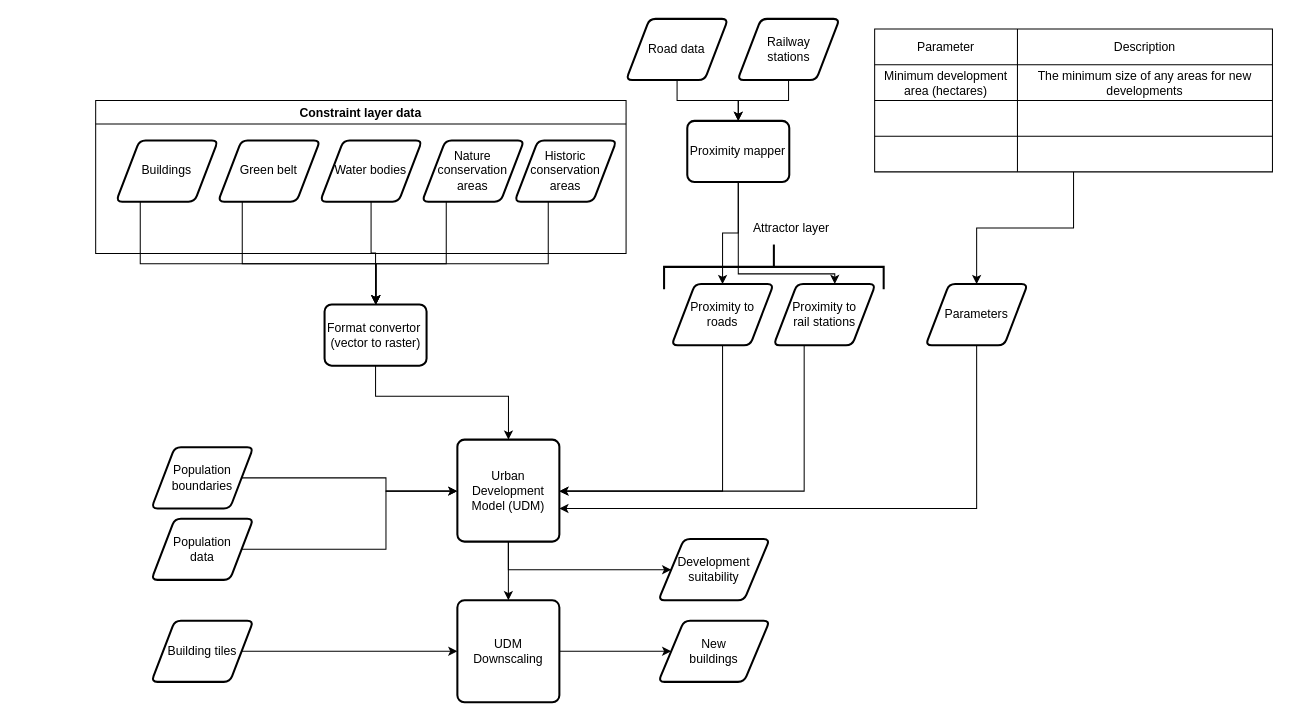
This is page "Page-2" (2 of 2) of udm/openclim-udm-workflow.drawio from OpenCLIM/workflow-diagrams, a draw.io file, before an edit. Source tidied: cells renumbered, new cells numbered last; positions are measured from the earlier drawing's top-left corner, leaving out a move shared by most shapes. Both pictures are drawn from the tidied source at 102%, with x=0, y=0 at pixel (95, 18).
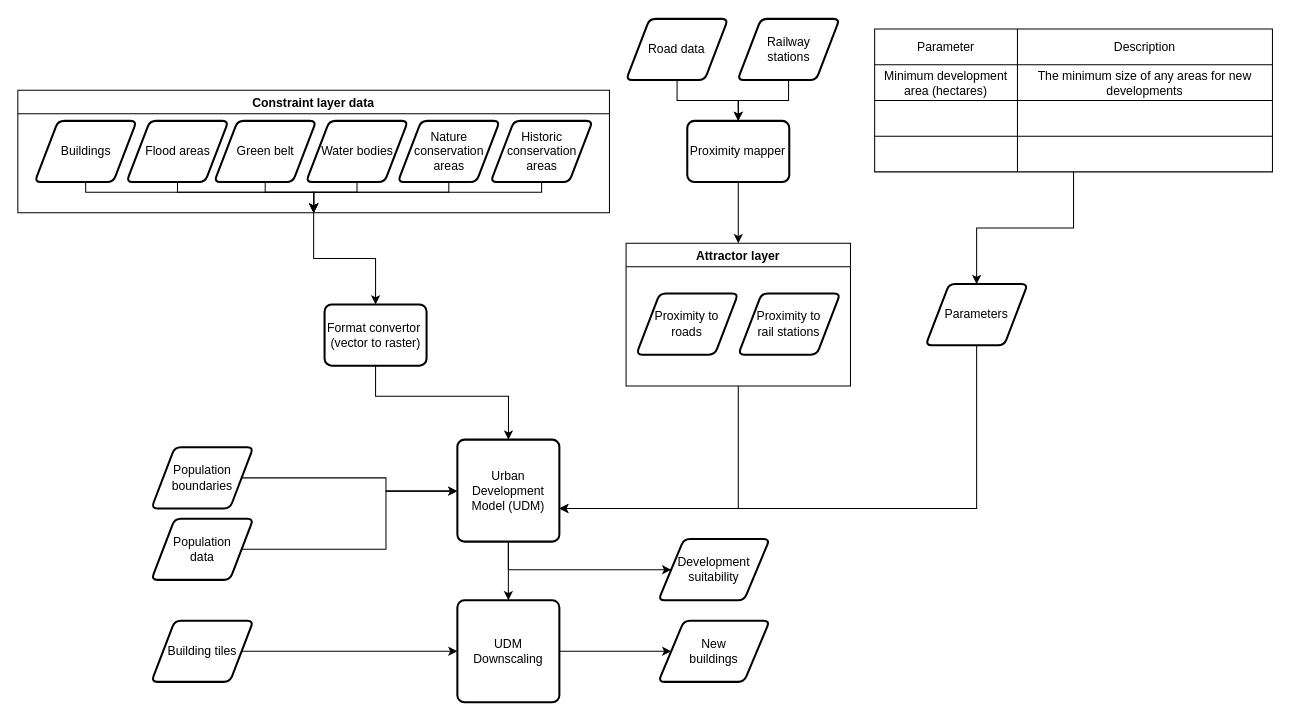
Above is the later version.

Unchanged cells that the change refers to:
```xml
<mxCell id="9" value="Urban Development Model (UDM)" style="rounded=1;whiteSpace=wrap;html=1;absoluteArcSize=1;arcSize=14;strokeWidth=2;" parent="1" vertex="1">
  <mxGeometry x="354.9" y="412.5" width="100" height="100" as="geometry" />
</mxCell>
<mxCell id="32" value="Proximity mapper" style="rounded=1;whiteSpace=wrap;html=1;absoluteArcSize=1;arcSize=14;strokeWidth=2;" parent="1" vertex="1">
  <mxGeometry x="580.3" y="100" width="100" height="60" as="geometry" />
</mxCell>
<mxCell id="51" value="Format convertor&amp;nbsp; (vector to raster)" style="rounded=1;whiteSpace=wrap;html=1;absoluteArcSize=1;arcSize=14;strokeWidth=2;" parent="1" vertex="1">
  <mxGeometry x="224.7" y="280" width="100" height="60" as="geometry" />
</mxCell>
```

Change to the diagram source:
```diff
@@
-    <mxCell id="2" style="edgeStyle=orthogonalEdgeStyle;rounded=0;jettySize=auto;html=1;" parent="1" edge="1" source="53" target="51">
-      <mxGeometry relative="1" as="geometry">
-        <Array as="points">
-          <mxPoint x="44" y="240" />
-          <mxPoint x="275" y="240" />
-        </Array>
-      </mxGeometry>
-    </mxCell>
-    <mxCell id="3" style="edgeStyle=orthogonalEdgeStyle;rounded=0;jettySize=auto;html=1;" parent="1" edge="1" source="54" target="51">
-      <mxGeometry relative="1" as="geometry">
-        <Array as="points">
-          <mxPoint x="144" y="240" />
-          <mxPoint x="275" y="240" />
-        </Array>
-      </mxGeometry>
-    </mxCell>
-    <mxCell id="4" style="edgeStyle=orthogonalEdgeStyle;rounded=0;jettySize=auto;html=1;" parent="1" edge="1" source="55" target="51">
-      <mxGeometry relative="1" as="geometry" />
-    </mxCell>
-    <mxCell id="5" style="edgeStyle=orthogonalEdgeStyle;rounded=0;jettySize=auto;html=1;" parent="1" edge="1" source="56" target="51">
-      <mxGeometry relative="1" as="geometry">
-        <Array as="points">
-          <mxPoint x="344" y="240" />
-          <mxPoint x="275" y="240" />
-        </Array>
-      </mxGeometry>
-    </mxCell>
-    <mxCell id="6" style="edgeStyle=orthogonalEdgeStyle;rounded=0;jettySize=auto;html=1;" parent="1" edge="1" source="57" target="51">
-      <mxGeometry relative="1" as="geometry">
-        <Array as="points">
-          <mxPoint x="444" y="240" />
-          <mxPoint x="275" y="240" />
-        </Array>
-      </mxGeometry>
-    </mxCell>
@@
-    <mxCell id="10" style="edgeStyle=orthogonalEdgeStyle;rounded=0;jettySize=auto;html=1;" parent="1" edge="1" source="11" target="9">
-      <mxGeometry relative="1" as="geometry">
-        <Array as="points">
-          <mxPoint x="614.9" y="463" />
-        </Array>
-      </mxGeometry>
-    </mxCell>
-    <mxCell id="11" value="&lt;div&gt;Proximity to&lt;/div&gt;&lt;div&gt; roads&lt;/div&gt;" style="shape=parallelogram;html=1;strokeWidth=2;perimeter=parallelogramPerimeter;whiteSpace=wrap;rounded=1;arcSize=12;size=0.23;" parent="1" vertex="1">
-      <mxGeometry x="564.9" y="260" width="100" height="60" as="geometry" />
-    </mxCell>
-    <mxCell id="12" style="edgeStyle=orthogonalEdgeStyle;rounded=0;jettySize=auto;html=1;" parent="1" edge="1" source="13" target="9">
-      <mxGeometry relative="1" as="geometry">
-        <Array as="points">
-          <mxPoint x="694.9" y="290" />
-          <mxPoint x="694.9" y="463" />
-        </Array>
-      </mxGeometry>
-    </mxCell>
-    <mxCell id="13" value="&lt;div&gt;Proximity to&lt;/div&gt;&lt;div&gt;rail stations&lt;br&gt;&lt;/div&gt;" style="shape=parallelogram;html=1;strokeWidth=2;perimeter=parallelogramPerimeter;whiteSpace=wrap;rounded=1;arcSize=12;size=0.23;" parent="1" vertex="1">
-      <mxGeometry x="664.9" y="260" width="100" height="60" as="geometry" />
-    </mxCell>
@@
-    <mxCell id="18" style="strokeWidth=2;html=1;shape=mxgraph.flowchart.annotation_2;align=left;labelPosition=right;rotation=90;" parent="1" vertex="1">
-      <mxGeometry x="643.3" y="135.5" width="43.8" height="215.3" as="geometry" />
-    </mxCell>
-    <mxCell id="19" value="Attractor layer" style="text;html=1;strokeColor=none;fillColor=none;align=center;verticalAlign=middle;whiteSpace=wrap;rounded=0;" parent="1" vertex="1">
-      <mxGeometry x="634.6" y="190" width="95" height="30" as="geometry" />
-    </mxCell>
@@
-    <mxCell id="30" style="edgeStyle=orthogonalEdgeStyle;rounded=0;jettySize=auto;html=1;" parent="1" edge="1" source="32" target="11">
-      <mxGeometry relative="1" as="geometry" />
-    </mxCell>
-    <mxCell id="31" style="edgeStyle=orthogonalEdgeStyle;rounded=0;jettySize=auto;html=1;entryX=0.6;entryY=-0.001;entryDx=0;entryDy=0;entryPerimeter=0;" parent="1" edge="1" source="32" target="13">
-      <mxGeometry relative="1" as="geometry">
-        <Array as="points">
-          <mxPoint x="630" y="250" />
-          <mxPoint x="725" y="250" />
-        </Array>
-      </mxGeometry>
-    </mxCell>
+    <mxCell id="58" style="edgeStyle=orthogonalEdgeStyle;rounded=0;jettySize=auto;html=1;" parent="1" edge="1" source="32" target="19">
+      <mxGeometry relative="1" as="geometry" />
+    </mxCell>
@@
+    <mxCell id="59" style="edgeStyle=orthogonalEdgeStyle;rounded=0;jettySize=auto;html=1;" parent="1" edge="1" source="52" target="51">
+      <mxGeometry relative="1" as="geometry" />
+    </mxCell>
     <mxCell id="52" value="Constraint layer data" style="swimlane;" parent="1" vertex="1">
-      <mxGeometry x="0.3" y="80" width="520" height="150" as="geometry" />
+      <mxGeometry x="-76" y="70" width="580" height="120" as="geometry" />
     </mxCell>
+    <mxCell id="57" value="Historic conservation areas" style="shape=parallelogram;html=1;strokeWidth=2;perimeter=parallelogramPerimeter;whiteSpace=wrap;rounded=1;arcSize=12;size=0.23;" parent="52" vertex="1">
+      <mxGeometry x="463.5" y="30" width="100" height="60" as="geometry" />
+    </mxCell>
+    <mxCell id="60" style="edgeStyle=orthogonalEdgeStyle;rounded=0;jettySize=auto;html=1;entryX=0.5;entryY=1;entryDx=0;entryDy=0;" parent="52" edge="1" source="57" target="52">
+      <mxGeometry relative="1" as="geometry">
+        <Array as="points">
+          <mxPoint x="461" y="100" />
+          <mxPoint x="260" y="100" />
+        </Array>
+      </mxGeometry>
+    </mxCell>
+    <mxCell id="61" style="edgeStyle=orthogonalEdgeStyle;rounded=0;jettySize=auto;html=1;entryX=0.5;entryY=1;entryDx=0;entryDy=0;" parent="52" edge="1" source="56" target="52">
+      <mxGeometry relative="1" as="geometry">
+        <Array as="points">
+          <mxPoint x="370" y="100" />
+          <mxPoint x="260" y="100" />
+        </Array>
+      </mxGeometry>
+    </mxCell>
+    <mxCell id="56" value="Nature conservation areas" style="shape=parallelogram;html=1;strokeWidth=2;perimeter=parallelogramPerimeter;whiteSpace=wrap;rounded=1;arcSize=12;size=0.23;" parent="52" vertex="1">
+      <mxGeometry x="372.5" y="30" width="100" height="60" as="geometry" />
+    </mxCell>
+    <mxCell id="62" style="edgeStyle=orthogonalEdgeStyle;rounded=0;jettySize=auto;html=1;entryX=0.5;entryY=1;entryDx=0;entryDy=0;" parent="52" edge="1" source="55" target="52">
+      <mxGeometry relative="1" as="geometry">
+        <Array as="points">
+          <mxPoint x="333" y="100" />
+          <mxPoint x="290" y="100" />
+        </Array>
+      </mxGeometry>
+    </mxCell>
+    <mxCell id="55" value="Water bodies" style="shape=parallelogram;html=1;strokeWidth=2;perimeter=parallelogramPerimeter;whiteSpace=wrap;rounded=1;arcSize=12;size=0.23;" parent="52" vertex="1">
+      <mxGeometry x="282.5" y="30" width="100" height="60" as="geometry" />
+    </mxCell>
+    <mxCell id="63" style="edgeStyle=orthogonalEdgeStyle;rounded=0;jettySize=auto;html=1;entryX=0.5;entryY=1;entryDx=0;entryDy=0;" parent="52" edge="1" source="54" target="52">
+      <mxGeometry relative="1" as="geometry">
+        <Array as="points">
+          <mxPoint x="243" y="100" />
+          <mxPoint x="290" y="100" />
+        </Array>
+      </mxGeometry>
+    </mxCell>
+    <mxCell id="54" value="Green belt" style="shape=parallelogram;html=1;strokeWidth=2;perimeter=parallelogramPerimeter;whiteSpace=wrap;rounded=1;arcSize=12;size=0.23;" parent="52" vertex="1">
+      <mxGeometry x="192.5" y="30" width="100" height="60" as="geometry" />
+    </mxCell>
+    <mxCell id="64" style="edgeStyle=orthogonalEdgeStyle;rounded=0;jettySize=auto;html=1;entryX=0.5;entryY=1;entryDx=0;entryDy=0;" parent="52" edge="1" source="65" target="52">
+      <mxGeometry relative="1" as="geometry">
+        <Array as="points">
+          <mxPoint x="157" y="100" />
+          <mxPoint x="290" y="100" />
+        </Array>
+      </mxGeometry>
+    </mxCell>
+    <mxCell id="65" value="Flood areas" style="shape=parallelogram;html=1;strokeWidth=2;perimeter=parallelogramPerimeter;whiteSpace=wrap;rounded=1;arcSize=12;size=0.23;" parent="52" vertex="1">
+      <mxGeometry x="106.5" y="30" width="100" height="60" as="geometry" />
+    </mxCell>
+    <mxCell id="66" style="edgeStyle=orthogonalEdgeStyle;rounded=0;jettySize=auto;html=1;entryX=0.5;entryY=1;entryDx=0;entryDy=0;" parent="52" edge="1" source="53" target="52">
+      <mxGeometry relative="1" as="geometry">
+        <Array as="points">
+          <mxPoint x="67" y="100" />
+          <mxPoint x="290" y="100" />
+        </Array>
+      </mxGeometry>
+    </mxCell>
     <mxCell id="53" value="Buildings" style="shape=parallelogram;html=1;strokeWidth=2;perimeter=parallelogramPerimeter;whiteSpace=wrap;rounded=1;arcSize=12;size=0.23;" parent="52" vertex="1">
-      <mxGeometry x="20" y="39.2" width="100" height="60" as="geometry" />
+      <mxGeometry x="16.5" y="30" width="100" height="60" as="geometry" />
     </mxCell>
-    <mxCell id="54" value="Green belt" style="shape=parallelogram;html=1;strokeWidth=2;perimeter=parallelogramPerimeter;whiteSpace=wrap;rounded=1;arcSize=12;size=0.23;" parent="52" vertex="1">
-      <mxGeometry x="120" y="39.2" width="100" height="60" as="geometry" />
-    </mxCell>
-    <mxCell id="55" value="Water bodies" style="shape=parallelogram;html=1;strokeWidth=2;perimeter=parallelogramPerimeter;whiteSpace=wrap;rounded=1;arcSize=12;size=0.23;" parent="52" vertex="1">
-      <mxGeometry x="220" y="39.2" width="100" height="60" as="geometry" />
-    </mxCell>
-    <mxCell id="56" value="Nature conservation areas" style="shape=parallelogram;html=1;strokeWidth=2;perimeter=parallelogramPerimeter;whiteSpace=wrap;rounded=1;arcSize=12;size=0.23;" parent="52" vertex="1">
-      <mxGeometry x="320" y="39.2" width="100" height="60" as="geometry" />
-    </mxCell>
-    <mxCell id="57" value="Historic conservation areas" style="shape=parallelogram;html=1;strokeWidth=2;perimeter=parallelogramPerimeter;whiteSpace=wrap;rounded=1;arcSize=12;size=0.23;" parent="52" vertex="1">
-      <mxGeometry x="410.7" y="39.2" width="100" height="60" as="geometry" />
-    </mxCell>
+    <mxCell id="67" style="edgeStyle=orthogonalEdgeStyle;rounded=0;jettySize=auto;html=1;entryX=0.998;entryY=0.675;entryDx=0;entryDy=0;entryPerimeter=0;" parent="1" edge="1" source="19" target="9">
+      <mxGeometry relative="1" as="geometry">
+        <Array as="points">
+          <mxPoint x="630" y="480" />
+        </Array>
+      </mxGeometry>
+    </mxCell>
+    <mxCell id="19" value="Attractor layer" style="swimlane;" parent="1" vertex="1">
+      <mxGeometry x="520.3" y="220" width="220" height="140" as="geometry" />
+    </mxCell>
+    <mxCell id="13" value="&lt;div&gt;Proximity to&lt;/div&gt;&lt;div&gt;rail stations&lt;br&gt;&lt;/div&gt;" style="shape=parallelogram;html=1;strokeWidth=2;perimeter=parallelogramPerimeter;whiteSpace=wrap;rounded=1;arcSize=12;size=0.23;" parent="19" vertex="1">
+      <mxGeometry x="110" y="49.2" width="100" height="60" as="geometry" />
+    </mxCell>
+    <mxCell id="11" value="&lt;div&gt;Proximity to&lt;/div&gt;&lt;div&gt; roads&lt;/div&gt;" style="shape=parallelogram;html=1;strokeWidth=2;perimeter=parallelogramPerimeter;whiteSpace=wrap;rounded=1;arcSize=12;size=0.23;" parent="19" vertex="1">
+      <mxGeometry x="10" y="49.2" width="100" height="60" as="geometry" />
+    </mxCell>
```
